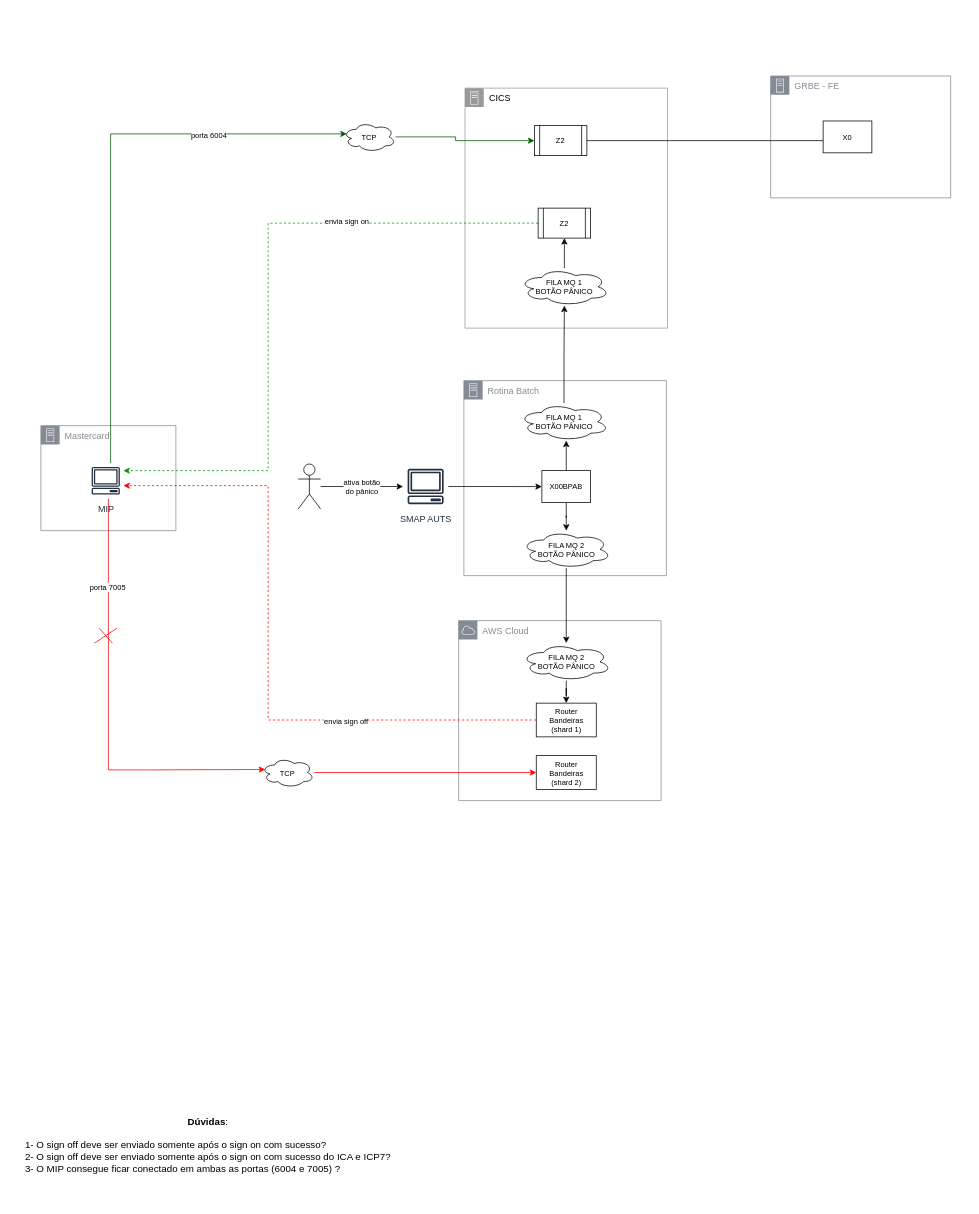
mmgabri/trabalho keeps this draw.io diagram as page "TO BE - Cenário 1" (2 of 3) of estm/Multiconexão MIP.drawio. Above is the earlier version. Source tidied: cells renumbered, new cells numbered last; positions are measured from the earlier drawing's top-left corner, leaving out a move shared by most shapes. Both pictures are drawn from the tidied source at 75%, with x=0, y=0 at pixel (13, 13).
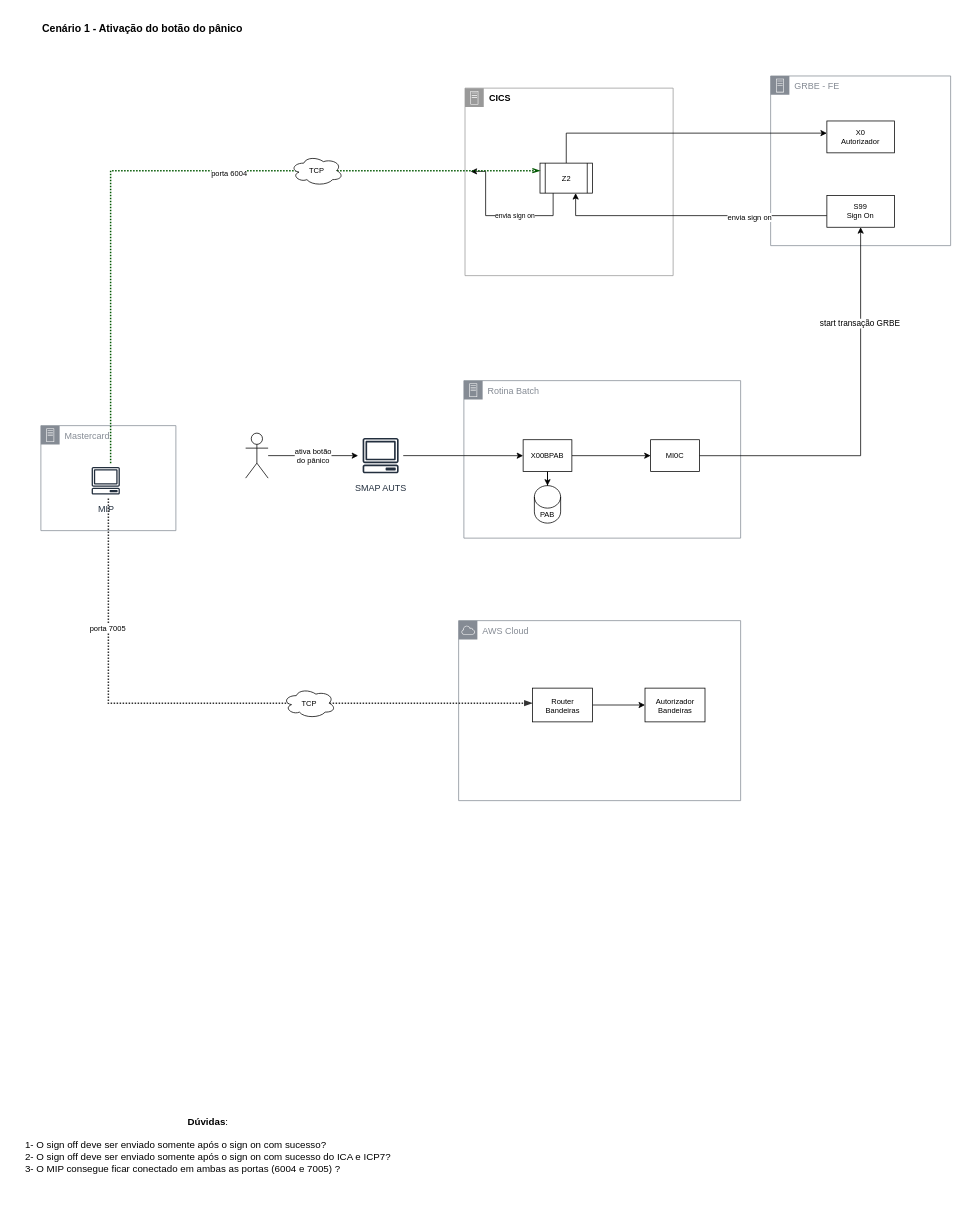
After the change.

The change refers to these unchanged cells:
```xml
<mxCell id="13" value="MIP" style="outlineConnect=0;fontColor=#232F3E;gradientColor=none;strokeColor=#232F3E;fillColor=#ffffff;dashed=0;verticalLabelPosition=bottom;verticalAlign=top;align=center;html=1;fontSize=12;fontStyle=0;shape=mxgraph.aws4.resourceIcon;resIcon=mxgraph.aws4.client;" parent="1" vertex="1">
  <mxGeometry x="100" y="600" width="47" height="47" as="geometry" />
</mxCell>
```

Diff of the diagram source:
```diff
@@
-    <mxCell id="3" value="CICS" style="html=1;whiteSpace=wrap;fontSize=12;fontStyle=0;shape=mxgraph.aws4.group;grIcon=mxgraph.aws4.group_on_premise;verticalAlign=top;align=left;spacingLeft=30;dashed=0;strokeColor=#999999;" parent="1" vertex="1">
-      <mxGeometry x="602.5" y="100" width="270" height="320" as="geometry" />
+    <mxCell id="3" value="&lt;b&gt;CICS&lt;/b&gt;" style="html=1;whiteSpace=wrap;fontSize=12;fontStyle=0;shape=mxgraph.aws4.group;grIcon=mxgraph.aws4.group_on_premise;verticalAlign=top;align=left;spacingLeft=30;dashed=0;strokeColor=#999999;" parent="1" vertex="1">
+      <mxGeometry x="602.5" y="100" width="277.5" height="250" as="geometry" />
     </mxCell>
     <mxCell id="4" value="GRBE - FE" style="gradientColor=none;html=1;whiteSpace=wrap;fontSize=12;fontStyle=0;shape=mxgraph.aws4.group;grIcon=mxgraph.aws4.group_on_premise;strokeColor=#858B94;verticalAlign=top;align=left;spacingLeft=30;fontColor=#858B94;dashed=0;" parent="1" vertex="1">
-      <mxGeometry x="1010" y="83.8" width="240" height="162.5" as="geometry" />
+      <mxGeometry x="1010" y="83.8" width="240" height="226.2" as="geometry" />
     </mxCell>
-    <mxCell id="5" style="edgeStyle=orthogonalEdgeStyle;rounded=0;jettySize=auto;html=1;entryX=0;entryY=0.5;entryDx=0;entryDy=0;fontSize=10;" parent="1" edge="1" source="6" target="7">
+    <mxCell id="5" style="edgeStyle=orthogonalEdgeStyle;rounded=0;jettySize=auto;html=1;strokeWidth=1;" parent="1" edge="1" source="6" target="7">
       <mxGeometry relative="1" as="geometry">
         <Array as="points">
-          <mxPoint x="1120" y="170" />
+          <mxPoint x="738" y="160" />
         </Array>
       </mxGeometry>
     </mxCell>
+    <mxCell id="46" value="envia sign on" style="edgeStyle=orthogonalEdgeStyle;rounded=0;orthogonalLoop=1;jettySize=auto;html=1;strokeWidth=1;fontSize=9;exitX=0;exitY=0.75;exitDx=0;exitDy=0;" parent="1" edge="1">
+      <mxGeometry relative="1" as="geometry">
+        <mxPoint x="702.5" y="221" as="sourcePoint" />
+        <mxPoint x="610" y="211" as="targetPoint" />
+        <Array as="points">
+          <mxPoint x="720" y="221" />
+          <mxPoint x="720" y="270" />
+          <mxPoint x="630" y="270" />
+          <mxPoint x="630" y="211" />
+        </Array>
+      </mxGeometry>
+    </mxCell>
     <mxCell id="6" value="Z2" style="shape=process;whiteSpace=wrap;html=1;backgroundOutline=1;strokeWidth=1;fillColor=#ffffff;fontSize=10;" parent="1" vertex="1">
-      <mxGeometry x="695" y="150" width="70" height="40" as="geometry" />
+      <mxGeometry x="702.5" y="200" width="70" height="40" as="geometry" />
     </mxCell>
-    <mxCell id="7" value="X0" style="rounded=0;whiteSpace=wrap;html=1;strokeWidth=1;fillColor=#ffffff;fontSize=10;" parent="1" vertex="1">
-      <mxGeometry x="1080" y="143.8" width="65" height="42.5" as="geometry" />
+    <mxCell id="7" value="X0&lt;br&gt;Autorizador" style="rounded=0;whiteSpace=wrap;html=1;strokeWidth=1;fillColor=#ffffff;fontSize=10;" parent="1" vertex="1">
+      <mxGeometry x="1085" y="143.8" width="90" height="42.5" as="geometry" />
     </mxCell>
@@
-    <mxCell id="9" style="edgeStyle=orthogonalEdgeStyle;rounded=0;jettySize=auto;html=1;fontSize=10;entryX=0.07;entryY=0.4;entryDx=0;entryDy=0;entryPerimeter=0;fillColor=#008a00;strokeColor=#005700;" parent="1" edge="1" source="13" target="15">
-      <mxGeometry relative="1" as="geometry">
-        <Array as="points">
-          <mxPoint x="130" y="161" />
-        </Array>
-      </mxGeometry>
-    </mxCell>
-    <mxCell id="10" value="porta 6004" style="edgeLabel;html=1;align=center;verticalAlign=middle;fontSize=10;" parent="9" vertex="1">
-      <mxGeometry x="0.51" y="-1" relative="1" as="geometry" />
-    </mxCell>
-    <mxCell id="11" style="edgeStyle=orthogonalEdgeStyle;rounded=0;jettySize=auto;html=1;entryX=0.07;entryY=0.4;entryDx=0;entryDy=0;entryPerimeter=0;fontSize=10;strokeColor=#FF0000;" parent="1" edge="1" source="13" target="19">
-      <mxGeometry relative="1" as="geometry">
-        <Array as="points">
-          <mxPoint x="127" y="1009" />
-          <mxPoint x="180" y="1009" />
-        </Array>
-      </mxGeometry>
-    </mxCell>
-    <mxCell id="12" value="porta 7005" style="edgeLabel;html=1;align=center;verticalAlign=middle;fontSize=10;" parent="11" vertex="1">
-      <mxGeometry x="-0.59" y="-2" relative="1" as="geometry" />
-    </mxCell>
@@
-    <mxCell id="14" style="edgeStyle=orthogonalEdgeStyle;rounded=0;jettySize=auto;html=1;entryX=0;entryY=0.5;entryDx=0;entryDy=0;fontSize=10;fillColor=#008a00;strokeColor=#005700;" parent="1" edge="1" source="15" target="6">
-      <mxGeometry relative="1" as="geometry">
-        <Array as="points">
-          <mxPoint x="590" y="165" />
-          <mxPoint x="590" y="170" />
-        </Array>
-      </mxGeometry>
-    </mxCell>
-    <mxCell id="15" value="TCP" style="ellipse;shape=cloud;whiteSpace=wrap;html=1;strokeWidth=1;fillColor=#ffffff;fontSize=10;" parent="1" vertex="1">
-      <mxGeometry x="440" y="145" width="70" height="40" as="geometry" />
-    </mxCell>
     <mxCell id="16" value="AWS Cloud" style="gradientColor=none;html=1;whiteSpace=wrap;fontSize=12;fontStyle=0;shape=mxgraph.aws4.group;grIcon=mxgraph.aws4.group_aws_cloud;strokeColor=#858B94;verticalAlign=top;align=left;spacingLeft=30;fontColor=#858B94;dashed=0;" parent="1" vertex="1">
-      <mxGeometry x="594" y="810" width="270" height="240" as="geometry" />
+      <mxGeometry x="594" y="810" width="376" height="240" as="geometry" />
     </mxCell>
+    <mxCell id="47" style="edgeStyle=orthogonalEdgeStyle;rounded=0;jettySize=auto;html=1;strokeWidth=1;fontSize=10;" parent="1" edge="1" source="17" target="56">
+      <mxGeometry relative="1" as="geometry" />
+    </mxCell>
-    <mxCell id="17" value="Router &lt;br&gt;Bandeiras&lt;br&gt;(shard 2)" style="rounded=0;whiteSpace=wrap;html=1;strokeWidth=1;fillColor=#ffffff;fontSize=10;" parent="1" vertex="1">
-      <mxGeometry x="697.5" y="990" width="80" height="45" as="geometry" />
+    <mxCell id="17" value="Router &lt;br&gt;Bandeiras" style="rounded=0;whiteSpace=wrap;html=1;strokeWidth=1;fillColor=#ffffff;fontSize=10;" parent="1" vertex="1">
+      <mxGeometry x="692.5" y="900" width="80" height="45" as="geometry" />
     </mxCell>
-    <mxCell id="18" style="edgeStyle=orthogonalEdgeStyle;rounded=0;jettySize=auto;html=1;fontSize=10;strokeColor=#FF0000;" parent="1" edge="1" source="19" target="17">
-      <mxGeometry relative="1" as="geometry" />
-    </mxCell>
-    <mxCell id="19" value="TCP" style="ellipse;shape=cloud;whiteSpace=wrap;html=1;strokeWidth=1;fillColor=#ffffff;fontSize=10;" parent="1" vertex="1">
-      <mxGeometry x="331.2" y="992.5" width="70" height="40" as="geometry" />
-    </mxCell>
     <mxCell id="20" value="Rotina Batch" style="gradientColor=none;html=1;whiteSpace=wrap;fontSize=12;fontStyle=0;shape=mxgraph.aws4.group;grIcon=mxgraph.aws4.group_on_premise;strokeColor=#858B94;verticalAlign=top;align=left;spacingLeft=30;fontColor=#858B94;dashed=0;" parent="1" vertex="1">
-      <mxGeometry x="601" y="490" width="270" height="260" as="geometry" />
+      <mxGeometry x="601" y="490" width="369" height="210" as="geometry" />
     </mxCell>
-    <mxCell id="21" style="edgeStyle=orthogonalEdgeStyle;rounded=0;jettySize=auto;html=1;fontSize=10;" parent="1" edge="1" source="23" target="29">
-      <mxGeometry relative="1" as="geometry">
-        <Array as="points">
-          <mxPoint x="734.5" y="552" />
-          <mxPoint x="734.5" y="552" />
-        </Array>
-      </mxGeometry>
-    </mxCell>
-    <mxCell id="22" style="edgeStyle=orthogonalEdgeStyle;rounded=0;jettySize=auto;html=1;fontSize=10;" parent="1" edge="1" source="23" target="34">
-      <mxGeometry relative="1" as="geometry" />
-    </mxCell>
+    <mxCell id="48" style="edgeStyle=orthogonalEdgeStyle;rounded=0;jettySize=auto;html=1;strokeWidth=1;" parent="1" edge="1" source="23" target="52">
+      <mxGeometry relative="1" as="geometry" />
+    </mxCell>
+    <mxCell id="49" style="edgeStyle=orthogonalEdgeStyle;rounded=0;jettySize=auto;html=1;strokeWidth=1;fontSize=10;" parent="1" edge="1" source="23" target="57">
+      <mxGeometry relative="1" as="geometry" />
+    </mxCell>
     <mxCell id="23" value="X00BPAB" style="rounded=0;whiteSpace=wrap;html=1;strokeWidth=1;fillColor=#ffffff;fontSize=10;" parent="1" vertex="1">
-      <mxGeometry x="705" y="610" width="65" height="42.5" as="geometry" />
+      <mxGeometry x="680" y="568.8" width="65" height="42.5" as="geometry" />
     </mxCell>
@@
     <mxCell id="25" value="SMAP AUTS" style="outlineConnect=0;fontColor=#232F3E;gradientColor=none;strokeColor=#232F3E;fillColor=#ffffff;dashed=0;verticalLabelPosition=bottom;verticalAlign=top;align=center;html=1;fontSize=12;fontStyle=0;shape=mxgraph.aws4.resourceIcon;resIcon=mxgraph.aws4.client;" parent="1" vertex="1">
-      <mxGeometry x="520" y="601.2" width="60" height="60" as="geometry" />
+      <mxGeometry x="460" y="560" width="60" height="60" as="geometry" />
     </mxCell>
@@
     <mxCell id="27" style="shape=umlActor;verticalLabelPosition=bottom;verticalAlign=top;html=1;outlineConnect=0;strokeWidth=1;fillColor=#ffffff;fontSize=10;" parent="1" vertex="1">
-      <mxGeometry x="380" y="601.2" width="30" height="60" as="geometry" />
+      <mxGeometry x="310" y="560" width="30" height="60" as="geometry" />
     </mxCell>
-    <mxCell id="28" style="edgeStyle=orthogonalEdgeStyle;rounded=0;jettySize=auto;html=1;fontSize=10;" parent="1" edge="1" source="37" target="32">
-      <mxGeometry relative="1" as="geometry" />
-    </mxCell>
-    <mxCell id="29" value="FILA MQ 1&lt;br&gt;BOTÃO PÂNICO" style="ellipse;shape=cloud;whiteSpace=wrap;html=1;strokeWidth=1;fillColor=#ffffff;fontSize=10;" parent="1" vertex="1">
-      <mxGeometry x="674.5" y="520" width="120" height="50" as="geometry" />
-    </mxCell>
-    <mxCell id="30" style="edgeStyle=orthogonalEdgeStyle;rounded=0;jettySize=auto;html=1;fontSize=10;dashed=1;fillColor=#d5e8d4;strokeColor=#009900;" parent="1" edge="1" source="32" target="13">
-      <mxGeometry relative="1" as="geometry">
-        <Array as="points">
-          <mxPoint x="340" y="280" />
-          <mxPoint x="340" y="610" />
-        </Array>
-      </mxGeometry>
-    </mxCell>
+    <mxCell id="45" value="&lt;b&gt;Dúvidas&lt;/b&gt;:&lt;br style=&quot;font-size: 13px&quot;&gt;&lt;br style=&quot;font-size: 13px&quot;&gt;&lt;div style=&quot;text-align: left ; font-size: 13px&quot;&gt;1- O sign off deve ser enviado somente após o sign on com sucesso?&lt;/div&gt;&lt;div style=&quot;text-align: left ; font-size: 13px&quot;&gt;2- O sign off deve ser enviado somente após o sign on com sucesso do ICA e ICP7?&lt;br&gt;&lt;/div&gt;&lt;div style=&quot;text-align: left ; font-size: 13px&quot;&gt;3- O MIP consegue ficar conectado em ambas as portas (6004 e 7005) ?&lt;/div&gt;" style="text;html=1;strokeColor=none;fillColor=none;align=center;verticalAlign=middle;whiteSpace=wrap;rounded=0;fontSize=13;" parent="1" vertex="1">
+      <mxGeometry y="1434" width="520" height="150" as="geometry" />
+    </mxCell>
+    <mxCell id="11" style="edgeStyle=orthogonalEdgeStyle;rounded=0;jettySize=auto;html=1;fontSize=10;fillColor=#008a00;dashed=1;dashPattern=1 1;strokeWidth=2;endArrow=blockThin;endFill=1;strokeColor=#333333;" parent="1" edge="1" source="13" target="17">
+      <mxGeometry relative="1" as="geometry">
+        <Array as="points">
+          <mxPoint x="127" y="920" />
+        </Array>
+      </mxGeometry>
+    </mxCell>
+    <mxCell id="12" value="porta 7005" style="edgeLabel;html=1;align=center;verticalAlign=middle;fontSize=10;" parent="11" vertex="1">
+      <mxGeometry x="-0.59" y="-2" relative="1" as="geometry" />
+    </mxCell>
+    <mxCell id="50" style="edgeStyle=orthogonalEdgeStyle;rounded=0;jettySize=auto;html=1;strokeWidth=1;" parent="1" edge="1" source="52" target="54">
+      <mxGeometry relative="1" as="geometry" />
+    </mxCell>
+    <mxCell id="51" value="start transação GRBE" style="edgeLabel;html=1;align=center;verticalAlign=middle;" parent="50" vertex="1">
+      <mxGeometry x="0.51" y="2" relative="1" as="geometry" />
+    </mxCell>
+    <mxCell id="52" value="MI0C" style="rounded=0;whiteSpace=wrap;html=1;strokeWidth=1;fillColor=#ffffff;fontSize=10;" parent="1" vertex="1">
+      <mxGeometry x="850" y="568.8" width="65" height="42.5" as="geometry" />
+    </mxCell>
+    <mxCell id="53" style="edgeStyle=orthogonalEdgeStyle;rounded=0;jettySize=auto;html=1;strokeWidth=1;" parent="1" edge="1" source="54" target="6">
+      <mxGeometry relative="1" as="geometry">
+        <Array as="points">
+          <mxPoint x="750" y="270" />
+        </Array>
+      </mxGeometry>
+    </mxCell>
-    <mxCell id="31" value="envia sign on" style="edgeLabel;html=1;align=center;verticalAlign=middle;fontSize=10;" parent="30" vertex="1">
-      <mxGeometry x="-0.42" y="-3" relative="1" as="geometry" />
+    <mxCell id="31" value="envia sign on" style="edgeLabel;html=1;align=center;verticalAlign=middle;fontSize=10;" parent="53" vertex="1">
+      <mxGeometry x="-0.43" y="1" relative="1" as="geometry" />
     </mxCell>
-    <mxCell id="32" value="Z2" style="shape=process;whiteSpace=wrap;html=1;backgroundOutline=1;strokeWidth=1;fillColor=#ffffff;fontSize=10;" parent="1" vertex="1">
-      <mxGeometry x="700" y="260" width="70" height="40" as="geometry" />
-    </mxCell>
-    <mxCell id="33" style="edgeStyle=orthogonalEdgeStyle;rounded=0;jettySize=auto;html=1;fontSize=10;" parent="1" edge="1" source="34" target="36">
-      <mxGeometry relative="1" as="geometry" />
-    </mxCell>
-    <mxCell id="34" value="FILA MQ 2&lt;br&gt;BOTÃO PÂNICO" style="ellipse;shape=cloud;whiteSpace=wrap;html=1;strokeWidth=1;fillColor=#ffffff;fontSize=10;" parent="1" vertex="1">
-      <mxGeometry x="677.5" y="690" width="120" height="50" as="geometry" />
-    </mxCell>
-    <mxCell id="35" style="edgeStyle=orthogonalEdgeStyle;rounded=0;jettySize=auto;html=1;strokeColor=#000000;fontSize=10;" parent="1" edge="1" source="36" target="44">
-      <mxGeometry relative="1" as="geometry" />
-    </mxCell>
-    <mxCell id="36" value="FILA MQ 2&lt;br&gt;BOTÃO PÂNICO" style="ellipse;shape=cloud;whiteSpace=wrap;html=1;strokeWidth=1;fillColor=#ffffff;fontSize=10;" parent="1" vertex="1">
-      <mxGeometry x="677.5" y="840" width="120" height="50" as="geometry" />
-    </mxCell>
-    <mxCell id="37" value="FILA MQ 1&lt;br&gt;BOTÃO PÂNICO" style="ellipse;shape=cloud;whiteSpace=wrap;html=1;strokeWidth=1;fillColor=#ffffff;fontSize=10;" parent="1" vertex="1">
-      <mxGeometry x="675" y="340" width="120" height="50" as="geometry" />
-    </mxCell>
-    <mxCell id="38" style="edgeStyle=orthogonalEdgeStyle;rounded=0;jettySize=auto;html=1;fontSize=10;" parent="1" edge="1" source="29" target="37">
-      <mxGeometry relative="1" as="geometry" />
-    </mxCell>
-    <mxCell id="39" style="group;" parent="1" vertex="1">
-      <mxGeometry x="108.5" y="820" width="30" height="20" as="geometry" />
-    </mxCell>
-    <mxCell id="40" style="endArrow=none;html=1;fontSize=10;strokeColor=#FF0000;" parent="39" edge="1">
-      <mxGeometry relative="1" as="geometry">
-        <mxPoint y="20" as="sourcePoint" />
-        <mxPoint x="30" as="targetPoint" />
-      </mxGeometry>
-    </mxCell>
-    <mxCell id="41" style="endArrow=none;html=1;fontSize=10;strokeColor=#FF0000;" parent="39" edge="1">
-      <mxGeometry relative="1" as="geometry">
-        <mxPoint x="6" as="sourcePoint" />
-        <mxPoint x="24" y="20" as="targetPoint" />
-      </mxGeometry>
-    </mxCell>
-    <mxCell id="42" style="edgeStyle=orthogonalEdgeStyle;rounded=0;jettySize=auto;html=1;fontSize=10;dashed=1;strokeColor=#FF0000;" parent="1" edge="1" source="44" target="13">
-      <mxGeometry relative="1" as="geometry">
-        <Array as="points">
-          <mxPoint x="340" y="943" />
-          <mxPoint x="340" y="630" />
-        </Array>
-      </mxGeometry>
-    </mxCell>
-    <mxCell id="43" value="envia sign off" style="edgeLabel;html=1;align=center;verticalAlign=middle;fontSize=10;" parent="42" vertex="1">
-      <mxGeometry x="-0.41" y="1" relative="1" as="geometry">
-        <mxPoint x="1" as="offset" />
-      </mxGeometry>
-    </mxCell>
-    <mxCell id="44" value="Router &lt;br&gt;Bandeiras&lt;br&gt;(shard 1)" style="rounded=0;whiteSpace=wrap;html=1;strokeWidth=1;fillColor=#ffffff;fontSize=10;" parent="1" vertex="1">
-      <mxGeometry x="697.5" y="920" width="80" height="45" as="geometry" />
-    </mxCell>
-    <mxCell id="45" value="&lt;b&gt;Dúvidas&lt;/b&gt;:&lt;br style=&quot;font-size: 13px&quot;&gt;&lt;br style=&quot;font-size: 13px&quot;&gt;&lt;div style=&quot;text-align: left ; font-size: 13px&quot;&gt;1- O sign off deve ser enviado somente após o sign on com sucesso?&lt;/div&gt;&lt;div style=&quot;text-align: left ; font-size: 13px&quot;&gt;2- O sign off deve ser enviado somente após o sign on com sucesso do ICA e ICP7?&lt;br&gt;&lt;/div&gt;&lt;div style=&quot;text-align: left ; font-size: 13px&quot;&gt;3- O MIP consegue ficar conectado em ambas as portas (6004 e 7005) ?&lt;/div&gt;" style="text;html=1;strokeColor=none;fillColor=none;align=center;verticalAlign=middle;whiteSpace=wrap;rounded=0;fontSize=13;" parent="1" vertex="1">
-      <mxGeometry y="1434" width="520" height="150" as="geometry" />
-    </mxCell>
+    <mxCell id="54" value="S99&lt;br&gt;Sign On" style="rounded=0;whiteSpace=wrap;html=1;strokeWidth=1;fillColor=#ffffff;fontSize=10;" parent="1" vertex="1">
+      <mxGeometry x="1085" y="243" width="90" height="42.5" as="geometry" />
+    </mxCell>
+    <mxCell id="55" value="Cenário 1 - Ativação do botão do pânico" style="text;html=1;strokeColor=none;fillColor=none;align=left;verticalAlign=middle;whiteSpace=wrap;rounded=0;fontStyle=1;fontSize=14;" parent="1" vertex="1">
+      <mxGeometry x="37" y="10" width="313" height="20" as="geometry" />
+    </mxCell>
+    <mxCell id="19" value="TCP" style="ellipse;shape=cloud;whiteSpace=wrap;html=1;strokeWidth=1;fillColor=#ffffff;fontSize=10;" parent="1" vertex="1">
+      <mxGeometry x="360" y="900" width="70" height="40" as="geometry" />
+    </mxCell>
+    <mxCell id="56" value="Autorizador&lt;br&gt;Bandeiras" style="rounded=0;whiteSpace=wrap;html=1;strokeWidth=1;fillColor=#ffffff;fontSize=10;" parent="1" vertex="1">
+      <mxGeometry x="842.5" y="900" width="80" height="45" as="geometry" />
+    </mxCell>
+    <mxCell id="57" value="PAB" style="shape=cylinder3;whiteSpace=wrap;html=1;boundedLbl=1;backgroundOutline=1;size=15;fontSize=10;align=center;" parent="1" vertex="1">
+      <mxGeometry x="695" y="630" width="35" height="50" as="geometry" />
+    </mxCell>
+    <mxCell id="58" style="edgeStyle=orthogonalEdgeStyle;rounded=0;jettySize=auto;html=1;fontSize=10;fillColor=#008a00;strokeColor=#005700;dashed=1;dashPattern=1 1;strokeWidth=2;endArrow=openThin;endFill=0;" parent="1" edge="1" source="13" target="6">
+      <mxGeometry relative="1" as="geometry">
+        <Array as="points">
+          <mxPoint x="130" y="210" />
+        </Array>
+      </mxGeometry>
+    </mxCell>
+    <mxCell id="10" value="porta 6004" style="edgeLabel;html=1;align=center;verticalAlign=middle;fontSize=10;" parent="58" vertex="1">
+      <mxGeometry x="0.51" y="-1" relative="1" as="geometry">
+        <mxPoint x="-180" y="1.8" as="offset" />
+      </mxGeometry>
+    </mxCell>
+    <mxCell id="15" value="TCP" style="ellipse;shape=cloud;whiteSpace=wrap;html=1;strokeWidth=1;fillColor=#ffffff;fontSize=10;" parent="1" vertex="1">
+      <mxGeometry x="370" y="190" width="70" height="40" as="geometry" />
+    </mxCell>
```
